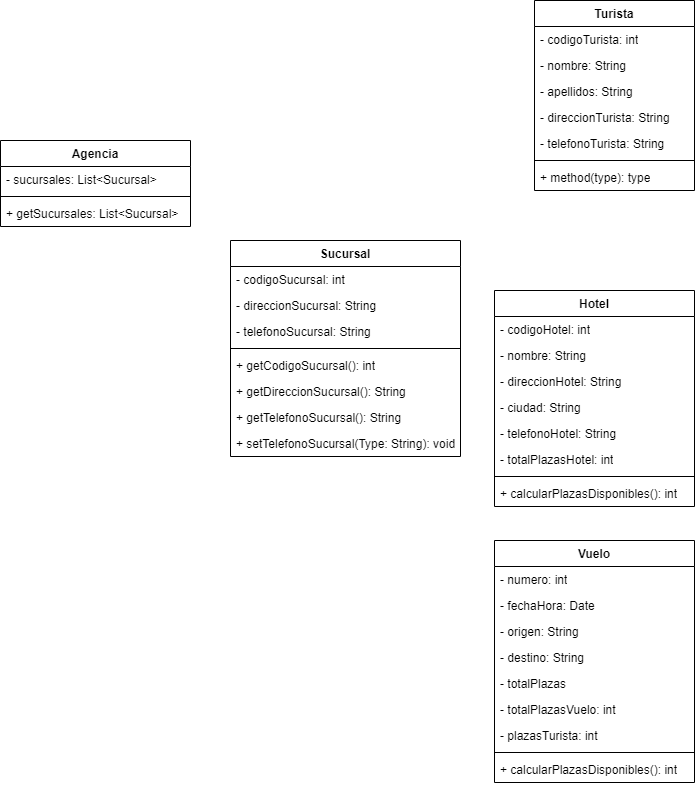
mackstm/ets keeps this draw.io diagram as unidad-4/Class-Diagram-Maxi/agencia-viajes-maxi.png. Above is the earlier version. Source tidied: cells renumbered, new cells last; positions are measured from the earlier drawing's top-left corner, leaving out a move shared by most shapes.
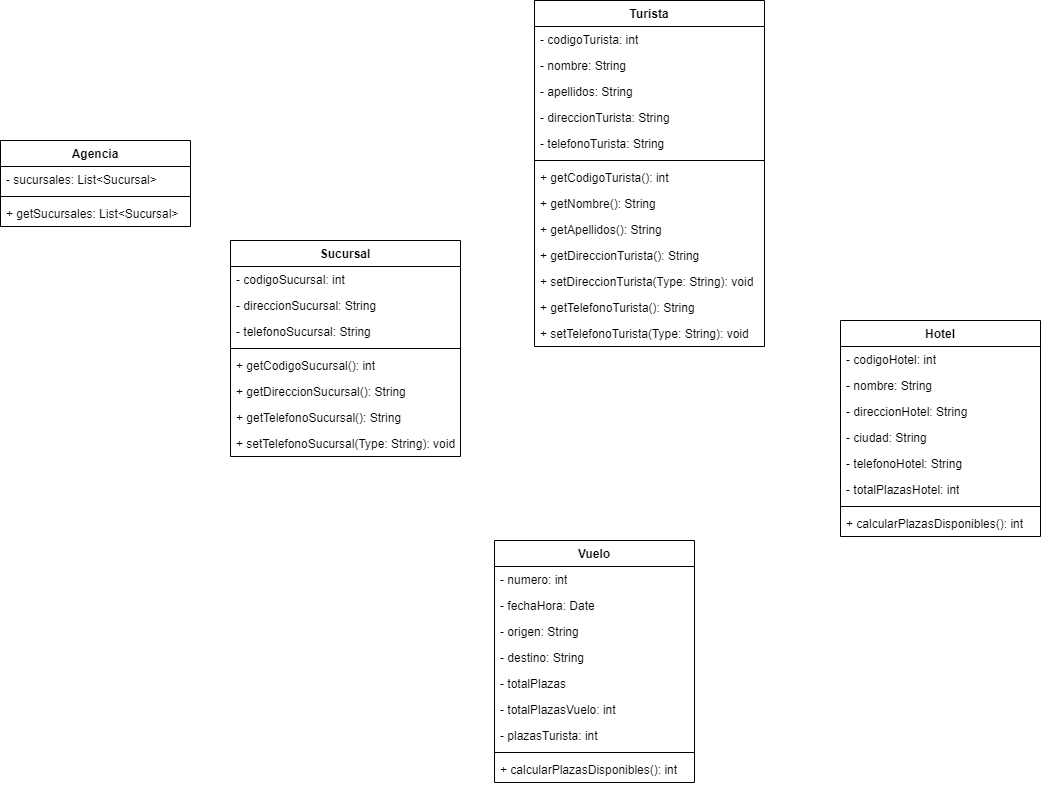
After the change.

What changed in the source:
```diff
@@ -42,7 +42,7 @@
       <mxGeometry y="190" width="230" height="26" as="geometry" />
     </mxCell>
     <mxCell id="15" value="Hotel" style="swimlane;fontStyle=1;align=center;verticalAlign=top;horizontal=1;startSize=26;whiteSpace=wrap;html=1;" parent="1" vertex="1">
-      <mxGeometry x="494" y="290" width="200" height="216" as="geometry" />
+      <mxGeometry x="840" y="320" width="200" height="216" as="geometry" />
     </mxCell>
     <mxCell id="16" value="- codigoHotel: int" style="text;strokeColor=none;fillColor=none;align=left;verticalAlign=top;spacingLeft=4;spacingRight=4;overflow=hidden;whiteSpace=wrap;html=1;" parent="15" vertex="1">
       <mxGeometry y="26" width="200" height="26" as="geometry" />
@@ -99,28 +99,46 @@
       <mxGeometry y="216" width="200" height="26" as="geometry" />
     </mxCell>
     <mxCell id="34" value="Turista" style="swimlane;fontStyle=1;align=center;verticalAlign=top;horizontal=1;startSize=26;whiteSpace=wrap;html=1;" parent="1" vertex="1">
-      <mxGeometry x="534" width="160" height="190" as="geometry" />
+      <mxGeometry x="534" width="230" height="346" as="geometry" />
     </mxCell>
     <mxCell id="35" value="- codigoTurista: int" style="text;strokeColor=none;fillColor=none;align=left;verticalAlign=top;spacingLeft=4;spacingRight=4;overflow=hidden;whiteSpace=wrap;html=1;" parent="34" vertex="1">
-      <mxGeometry y="26" width="160" height="26" as="geometry" />
+      <mxGeometry y="26" width="230" height="26" as="geometry" />
     </mxCell>
     <mxCell id="36" value="- nombre: String" style="text;strokeColor=none;fillColor=none;align=left;verticalAlign=top;spacingLeft=4;spacingRight=4;overflow=hidden;whiteSpace=wrap;html=1;" parent="34" vertex="1">
-      <mxGeometry y="52" width="160" height="26" as="geometry" />
+      <mxGeometry y="52" width="230" height="26" as="geometry" />
     </mxCell>
     <mxCell id="37" value="- apellidos: String" style="text;strokeColor=none;fillColor=none;align=left;verticalAlign=top;spacingLeft=4;spacingRight=4;overflow=hidden;whiteSpace=wrap;html=1;" parent="34" vertex="1">
-      <mxGeometry y="78" width="160" height="26" as="geometry" />
+      <mxGeometry y="78" width="230" height="26" as="geometry" />
     </mxCell>
     <mxCell id="38" value="- direccionTurista: String" style="text;strokeColor=none;fillColor=none;align=left;verticalAlign=top;spacingLeft=4;spacingRight=4;overflow=hidden;whiteSpace=wrap;html=1;" parent="34" vertex="1">
-      <mxGeometry y="104" width="160" height="26" as="geometry" />
+      <mxGeometry y="104" width="230" height="26" as="geometry" />
     </mxCell>
     <mxCell id="39" value="- telefonoTurista: String" style="text;strokeColor=none;fillColor=none;align=left;verticalAlign=top;spacingLeft=4;spacingRight=4;overflow=hidden;whiteSpace=wrap;html=1;" parent="34" vertex="1">
-      <mxGeometry y="130" width="160" height="26" as="geometry" />
+      <mxGeometry y="130" width="230" height="26" as="geometry" />
     </mxCell>
     <mxCell id="40" style="line;strokeWidth=1;fillColor=none;align=left;verticalAlign=middle;spacingTop=-1;spacingLeft=3;spacingRight=3;labelPosition=right;strokeColor=inherit;" parent="34" vertex="1">
-      <mxGeometry y="156" width="160" height="8" as="geometry" />
+      <mxGeometry y="156" width="230" height="8" as="geometry" />
     </mxCell>
-    <mxCell id="41" value="+ method(type): type" style="text;strokeColor=none;fillColor=none;align=left;verticalAlign=top;spacingLeft=4;spacingRight=4;overflow=hidden;whiteSpace=wrap;html=1;" parent="34" vertex="1">
-      <mxGeometry y="164" width="160" height="26" as="geometry" />
+    <mxCell id="41" value="+ getCodigoTurista(): int" style="text;strokeColor=none;fillColor=none;align=left;verticalAlign=top;spacingLeft=4;spacingRight=4;overflow=hidden;whiteSpace=wrap;html=1;" parent="34" vertex="1">
+      <mxGeometry y="164" width="230" height="26" as="geometry" />
     </mxCell>
+    <mxCell id="42" value="+ getNombre(): String" style="text;strokeColor=none;fillColor=none;align=left;verticalAlign=top;spacingLeft=4;spacingRight=4;overflow=hidden;whiteSpace=wrap;html=1;" parent="34" vertex="1">
+      <mxGeometry y="190" width="230" height="26" as="geometry" />
+    </mxCell>
+    <mxCell id="43" value="+ getApellidos(): String" style="text;strokeColor=none;fillColor=none;align=left;verticalAlign=top;spacingLeft=4;spacingRight=4;overflow=hidden;whiteSpace=wrap;html=1;" parent="34" vertex="1">
+      <mxGeometry y="216" width="230" height="26" as="geometry" />
+    </mxCell>
+    <mxCell id="44" value="+ getDireccionTurista(): String" style="text;strokeColor=none;fillColor=none;align=left;verticalAlign=top;spacingLeft=4;spacingRight=4;overflow=hidden;whiteSpace=wrap;html=1;" parent="34" vertex="1">
+      <mxGeometry y="242" width="230" height="26" as="geometry" />
+    </mxCell>
+    <mxCell id="45" value="+ setDireccionTurista(Type: String): void" style="text;strokeColor=none;fillColor=none;align=left;verticalAlign=top;spacingLeft=4;spacingRight=4;overflow=hidden;whiteSpace=wrap;html=1;" parent="34" vertex="1">
+      <mxGeometry y="268" width="230" height="26" as="geometry" />
+    </mxCell>
+    <mxCell id="46" value="+ getTelefonoTurista(): String" style="text;strokeColor=none;fillColor=none;align=left;verticalAlign=top;spacingLeft=4;spacingRight=4;overflow=hidden;whiteSpace=wrap;html=1;" parent="34" vertex="1">
+      <mxGeometry y="294" width="230" height="26" as="geometry" />
+    </mxCell>
+    <mxCell id="47" value="+ setTelefonoTurista(Type: String): void" style="text;strokeColor=none;fillColor=none;align=left;verticalAlign=top;spacingLeft=4;spacingRight=4;overflow=hidden;whiteSpace=wrap;html=1;" parent="34" vertex="1">
+      <mxGeometry y="320" width="230" height="26" as="geometry" />
+    </mxCell>
   </root>
 </mxGraphModel>
```
